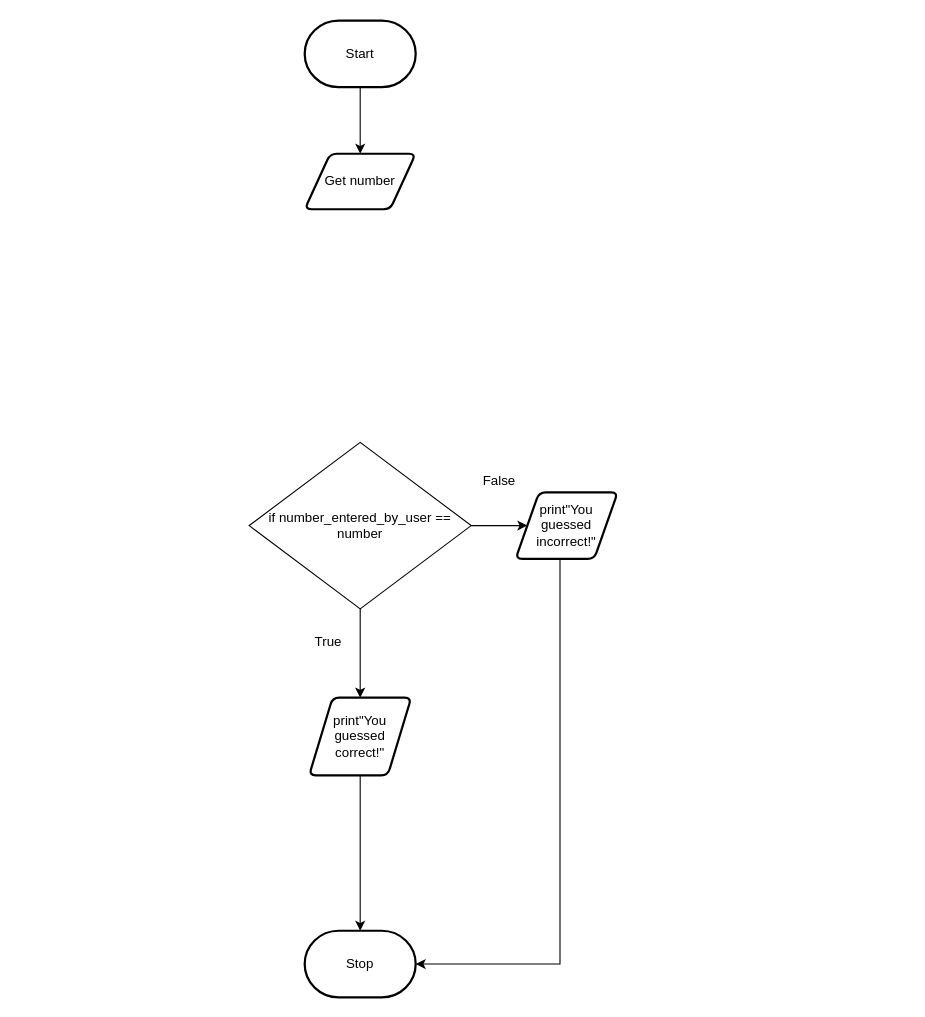
Above: flowchart.drawio in michael-clermont1/ICS3U-Unit4-05-Python (draw.io), before the change. Source tidied: cells renumbered, new cells numbered last; positions are measured from the earlier drawing's top-left corner, leaving out a move shared by most shapes. Both pictures are drawn from the tidied source at 111%, with x=0, y=0 at pixel (249, 20).
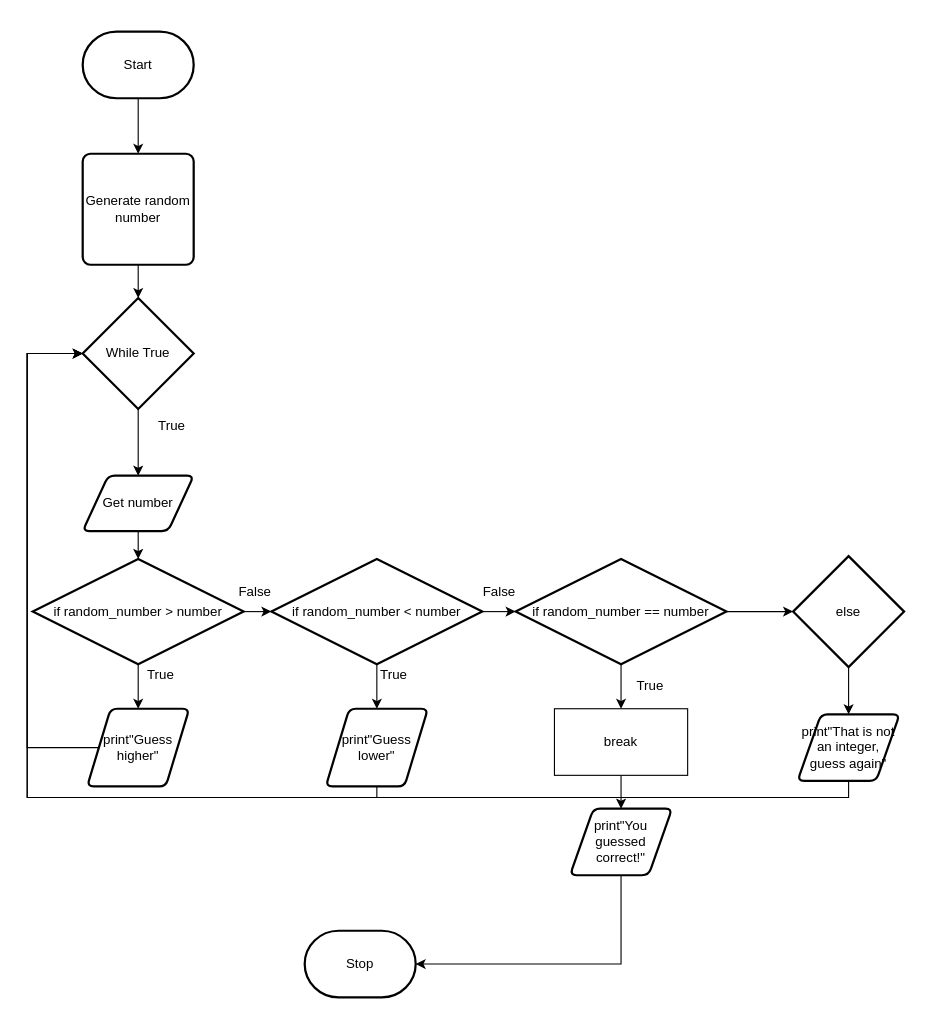
After the change.

Unchanged cells that the change refers to:
```xml
<mxCell id="5" value="Stop" style="strokeWidth=2;html=1;shape=mxgraph.flowchart.terminator;whiteSpace=wrap;" parent="1" vertex="1">
  <mxGeometry x="50" y="820" width="100" height="60" as="geometry" />
</mxCell>
```

Diff of the diagram source:
```diff
@@
+    <mxCell id="15" style="edgeStyle=orthogonalEdgeStyle;rounded=0;html=1;entryX=0.5;entryY=0;entryDx=0;entryDy=0;entryPerimeter=0;" parent="1" edge="1" source="2" target="24">
+      <mxGeometry relative="1" as="geometry" />
+    </mxCell>
     <mxCell id="2" value="Get number" style="shape=parallelogram;html=1;strokeWidth=2;perimeter=parallelogramPerimeter;whiteSpace=wrap;rounded=1;arcSize=12;size=0.23;" parent="1" vertex="1">
-      <mxGeometry x="50" y="120" width="100" height="50" as="geometry" />
+      <mxGeometry x="-150" y="410" width="100" height="50" as="geometry" />
     </mxCell>
-    <mxCell id="3" style="edgeStyle=orthogonalEdgeStyle;rounded=0;html=1;entryX=0.5;entryY=0;entryDx=0;entryDy=0;" parent="1" edge="1" source="4" target="2">
-      <mxGeometry relative="1" as="geometry" />
-    </mxCell>
+    <mxCell id="16" style="edgeStyle=orthogonalEdgeStyle;rounded=0;html=1;entryX=0.5;entryY=0;entryDx=0;entryDy=0;" parent="1" edge="1" source="4" target="19">
+      <mxGeometry relative="1" as="geometry" />
+    </mxCell>
     <mxCell id="4" value="Start" style="strokeWidth=2;html=1;shape=mxgraph.flowchart.terminator;whiteSpace=wrap;" parent="1" vertex="1">
-      <mxGeometry x="50" width="100" height="60" as="geometry" />
+      <mxGeometry x="-150" y="10" width="100" height="60" as="geometry" />
     </mxCell>
@@
-    <mxCell id="6" style="edgeStyle=orthogonalEdgeStyle;rounded=0;html=1;entryX=0.5;entryY=0;entryDx=0;entryDy=0;entryPerimeter=0;" parent="1" edge="1" source="7" target="5">
-      <mxGeometry relative="1" as="geometry" />
-    </mxCell>
+    <mxCell id="17" style="edgeStyle=orthogonalEdgeStyle;rounded=0;html=1;entryX=0;entryY=0.5;entryDx=0;entryDy=0;entryPerimeter=0;" parent="1" edge="1" source="7" target="21">
+      <mxGeometry relative="1" as="geometry">
+        <Array as="points">
+          <mxPoint x="-200" y="655" />
+          <mxPoint x="-200" y="300" />
+        </Array>
+      </mxGeometry>
+    </mxCell>
-    <mxCell id="7" value="print&quot;You guessed correct!&quot;" style="shape=parallelogram;html=1;strokeWidth=2;perimeter=parallelogramPerimeter;whiteSpace=wrap;rounded=1;arcSize=12;size=0.23;" parent="1" vertex="1">
-      <mxGeometry x="54" y="610" width="92" height="70" as="geometry" />
+    <mxCell id="7" value="print&quot;Guess higher&quot;" style="shape=parallelogram;html=1;strokeWidth=2;perimeter=parallelogramPerimeter;whiteSpace=wrap;rounded=1;arcSize=12;size=0.23;" parent="1" vertex="1">
+      <mxGeometry x="-146" y="620" width="92" height="70" as="geometry" />
     </mxCell>
-    <mxCell id="8" style="edgeStyle=orthogonalEdgeStyle;rounded=0;html=1;entryX=1;entryY=0.5;entryDx=0;entryDy=0;entryPerimeter=0;" parent="1" edge="1" source="9" target="5">
-      <mxGeometry relative="1" as="geometry">
-        <Array as="points">
-          <mxPoint x="280" y="850" />
-        </Array>
-      </mxGeometry>
-    </mxCell>
-    <mxCell id="9" value="print&quot;You guessed incorrect!&quot;" style="shape=parallelogram;html=1;strokeWidth=2;perimeter=parallelogramPerimeter;whiteSpace=wrap;rounded=1;arcSize=12;size=0.23;" parent="1" vertex="1">
-      <mxGeometry x="240" y="425" width="92" height="60" as="geometry" />
-    </mxCell>
-    <mxCell id="10" style="edgeStyle=none;html=1;entryX=0.5;entryY=0;entryDx=0;entryDy=0;" parent="1" edge="1" source="12" target="7">
-      <mxGeometry relative="1" as="geometry" />
-    </mxCell>
-    <mxCell id="11" style="edgeStyle=orthogonalEdgeStyle;html=1;entryX=0;entryY=0.5;entryDx=0;entryDy=0;" parent="1" edge="1" source="12" target="9">
-      <mxGeometry relative="1" as="geometry" />
-    </mxCell>
-    <mxCell id="12" value="&lt;span&gt;if number_entered_by_user == number&lt;/span&gt;" style="rhombus;whiteSpace=wrap;html=1;" parent="1" vertex="1">
-      <mxGeometry y="380" width="200" height="150" as="geometry" />
-    </mxCell>
-    <mxCell id="13" value="False" style="text;html=1;align=center;verticalAlign=middle;fillColor=none;strokeColor=none;rounded=0;" parent="1" vertex="1">
-      <mxGeometry x="200" y="405" width="50" height="20" as="geometry" />
-    </mxCell>
-    <mxCell id="14" value="True" style="text;html=1;align=center;verticalAlign=middle;fillColor=none;strokeColor=none;rounded=0;" parent="1" vertex="1">
-      <mxGeometry x="51" y="550" width="40" height="20" as="geometry" />
-    </mxCell>
+    <mxCell id="18" style="edgeStyle=orthogonalEdgeStyle;rounded=0;html=1;entryX=0.5;entryY=0;entryDx=0;entryDy=0;entryPerimeter=0;" parent="1" edge="1" source="19" target="21">
+      <mxGeometry relative="1" as="geometry" />
+    </mxCell>
+    <mxCell id="19" value="Generate random number" style="rounded=1;whiteSpace=wrap;html=1;absoluteArcSize=1;arcSize=14;strokeWidth=2;" parent="1" vertex="1">
+      <mxGeometry x="-150" y="120" width="100" height="100" as="geometry" />
+    </mxCell>
+    <mxCell id="20" style="edgeStyle=orthogonalEdgeStyle;rounded=0;html=1;entryX=0.5;entryY=0;entryDx=0;entryDy=0;" parent="1" edge="1" source="21" target="2">
+      <mxGeometry relative="1" as="geometry" />
+    </mxCell>
+    <mxCell id="21" value="While True" style="strokeWidth=2;html=1;shape=mxgraph.flowchart.decision;whiteSpace=wrap;" parent="1" vertex="1">
+      <mxGeometry x="-150" y="250" width="100" height="100" as="geometry" />
+    </mxCell>
+    <mxCell id="22" style="edgeStyle=orthogonalEdgeStyle;rounded=0;html=1;entryX=0.5;entryY=0;entryDx=0;entryDy=0;" parent="1" edge="1" source="24" target="7">
+      <mxGeometry relative="1" as="geometry" />
+    </mxCell>
+    <mxCell id="23" style="edgeStyle=orthogonalEdgeStyle;rounded=0;html=1;exitX=1;exitY=0.5;exitDx=0;exitDy=0;exitPerimeter=0;entryX=0;entryY=0.5;entryDx=0;entryDy=0;entryPerimeter=0;" parent="1" edge="1" source="24" target="27">
+      <mxGeometry relative="1" as="geometry" />
+    </mxCell>
+    <mxCell id="24" value="if random_number &amp;gt; number" style="strokeWidth=2;html=1;shape=mxgraph.flowchart.decision;whiteSpace=wrap;" parent="1" vertex="1">
+      <mxGeometry x="-195" y="485" width="190" height="95" as="geometry" />
+    </mxCell>
+    <mxCell id="25" style="edgeStyle=orthogonalEdgeStyle;rounded=0;html=1;entryX=0.5;entryY=0;entryDx=0;entryDy=0;" parent="1" edge="1" source="27" target="29">
+      <mxGeometry relative="1" as="geometry" />
+    </mxCell>
+    <mxCell id="26" style="edgeStyle=orthogonalEdgeStyle;rounded=0;html=1;entryX=0;entryY=0.5;entryDx=0;entryDy=0;entryPerimeter=0;" parent="1" edge="1" source="27" target="35">
+      <mxGeometry relative="1" as="geometry" />
+    </mxCell>
+    <mxCell id="27" value="if random_number &amp;lt; number" style="strokeWidth=2;html=1;shape=mxgraph.flowchart.decision;whiteSpace=wrap;" parent="1" vertex="1">
+      <mxGeometry x="20" y="485" width="190" height="95" as="geometry" />
+    </mxCell>
+    <mxCell id="28" style="edgeStyle=orthogonalEdgeStyle;rounded=0;html=1;entryX=0;entryY=0.5;entryDx=0;entryDy=0;entryPerimeter=0;" parent="1" edge="1" source="29" target="21">
+      <mxGeometry relative="1" as="geometry">
+        <Array as="points">
+          <mxPoint x="115" y="700" />
+          <mxPoint x="-200" y="700" />
+          <mxPoint x="-200" y="300" />
+        </Array>
+      </mxGeometry>
+    </mxCell>
+    <mxCell id="29" value="print&quot;Guess lower&quot;" style="shape=parallelogram;html=1;strokeWidth=2;perimeter=parallelogramPerimeter;whiteSpace=wrap;rounded=1;arcSize=12;size=0.23;" parent="1" vertex="1">
+      <mxGeometry x="69" y="620" width="92" height="70" as="geometry" />
+    </mxCell>
+    <mxCell id="30" value="True" style="text;html=1;align=center;verticalAlign=middle;fillColor=none;strokeColor=none;rounded=0;" parent="1" vertex="1">
+      <mxGeometry x="110" y="580" width="40" height="20" as="geometry" />
+    </mxCell>
+    <mxCell id="31" value="True" style="text;html=1;align=center;verticalAlign=middle;fillColor=none;strokeColor=none;rounded=0;" parent="1" vertex="1">
+      <mxGeometry x="-90" y="355" width="40" height="20" as="geometry" />
+    </mxCell>
+    <mxCell id="32" value="False" style="text;html=1;align=center;verticalAlign=middle;fillColor=none;strokeColor=none;rounded=0;" parent="1" vertex="1">
+      <mxGeometry x="-20" y="505" width="50" height="20" as="geometry" />
+    </mxCell>
+    <mxCell id="33" style="edgeStyle=orthogonalEdgeStyle;rounded=0;html=1;entryX=0.5;entryY=0;entryDx=0;entryDy=0;" parent="1" edge="1" source="35" target="42">
+      <mxGeometry relative="1" as="geometry" />
+    </mxCell>
+    <mxCell id="34" style="edgeStyle=orthogonalEdgeStyle;rounded=0;html=1;entryX=0;entryY=0.5;entryDx=0;entryDy=0;entryPerimeter=0;" parent="1" edge="1" source="35" target="44">
+      <mxGeometry relative="1" as="geometry" />
+    </mxCell>
+    <mxCell id="35" value="if random_number == number" style="strokeWidth=2;html=1;shape=mxgraph.flowchart.decision;whiteSpace=wrap;" parent="1" vertex="1">
+      <mxGeometry x="240" y="485" width="190" height="95" as="geometry" />
+    </mxCell>
+    <mxCell id="36" value="True" style="text;html=1;align=center;verticalAlign=middle;fillColor=none;strokeColor=none;rounded=0;" parent="1" vertex="1">
+      <mxGeometry x="-100" y="580" width="40" height="20" as="geometry" />
+    </mxCell>
+    <mxCell id="37" style="edgeStyle=orthogonalEdgeStyle;rounded=0;html=1;entryX=1;entryY=0.5;entryDx=0;entryDy=0;entryPerimeter=0;" parent="1" edge="1" source="38" target="5">
+      <mxGeometry relative="1" as="geometry">
+        <Array as="points">
+          <mxPoint x="335" y="850" />
+        </Array>
+      </mxGeometry>
+    </mxCell>
+    <mxCell id="38" value="print&quot;You guessed correct!&quot;" style="shape=parallelogram;html=1;strokeWidth=2;perimeter=parallelogramPerimeter;whiteSpace=wrap;rounded=1;arcSize=12;size=0.23;" parent="1" vertex="1">
+      <mxGeometry x="289" y="710" width="92" height="60" as="geometry" />
+    </mxCell>
+    <mxCell id="39" value="False" style="text;html=1;align=center;verticalAlign=middle;fillColor=none;strokeColor=none;rounded=0;" parent="1" vertex="1">
+      <mxGeometry x="200" y="505" width="50" height="20" as="geometry" />
+    </mxCell>
+    <mxCell id="40" value="True" style="text;html=1;align=center;verticalAlign=middle;fillColor=none;strokeColor=none;rounded=0;" parent="1" vertex="1">
+      <mxGeometry x="341" y="590" width="40" height="20" as="geometry" />
+    </mxCell>
+    <mxCell id="41" style="edgeStyle=orthogonalEdgeStyle;rounded=0;html=1;entryX=0.5;entryY=0;entryDx=0;entryDy=0;" parent="1" edge="1" source="42" target="38">
+      <mxGeometry relative="1" as="geometry" />
+    </mxCell>
+    <mxCell id="42" value="break" style="rounded=0;whiteSpace=wrap;html=1;" parent="1" vertex="1">
+      <mxGeometry x="275" y="620" width="120" height="60" as="geometry" />
+    </mxCell>
+    <mxCell id="43" style="edgeStyle=orthogonalEdgeStyle;rounded=0;html=1;entryX=0.5;entryY=0;entryDx=0;entryDy=0;" parent="1" edge="1" source="44" target="46">
+      <mxGeometry relative="1" as="geometry" />
+    </mxCell>
+    <mxCell id="44" value="else" style="strokeWidth=2;html=1;shape=mxgraph.flowchart.decision;whiteSpace=wrap;" parent="1" vertex="1">
+      <mxGeometry x="490" y="482.5" width="100" height="100" as="geometry" />
+    </mxCell>
+    <mxCell id="45" style="edgeStyle=orthogonalEdgeStyle;rounded=0;html=1;entryX=0;entryY=0.5;entryDx=0;entryDy=0;entryPerimeter=0;" parent="1" edge="1" source="46" target="21">
+      <mxGeometry relative="1" as="geometry">
+        <Array as="points">
+          <mxPoint x="540" y="700" />
+          <mxPoint x="-200" y="700" />
+          <mxPoint x="-200" y="300" />
+        </Array>
+      </mxGeometry>
+    </mxCell>
+    <mxCell id="46" value="print&quot;That is not an integer, guess again&quot;" style="shape=parallelogram;html=1;strokeWidth=2;perimeter=parallelogramPerimeter;whiteSpace=wrap;rounded=1;arcSize=12;size=0.23;" parent="1" vertex="1">
+      <mxGeometry x="494" y="625" width="92" height="60" as="geometry" />
+    </mxCell>
```
